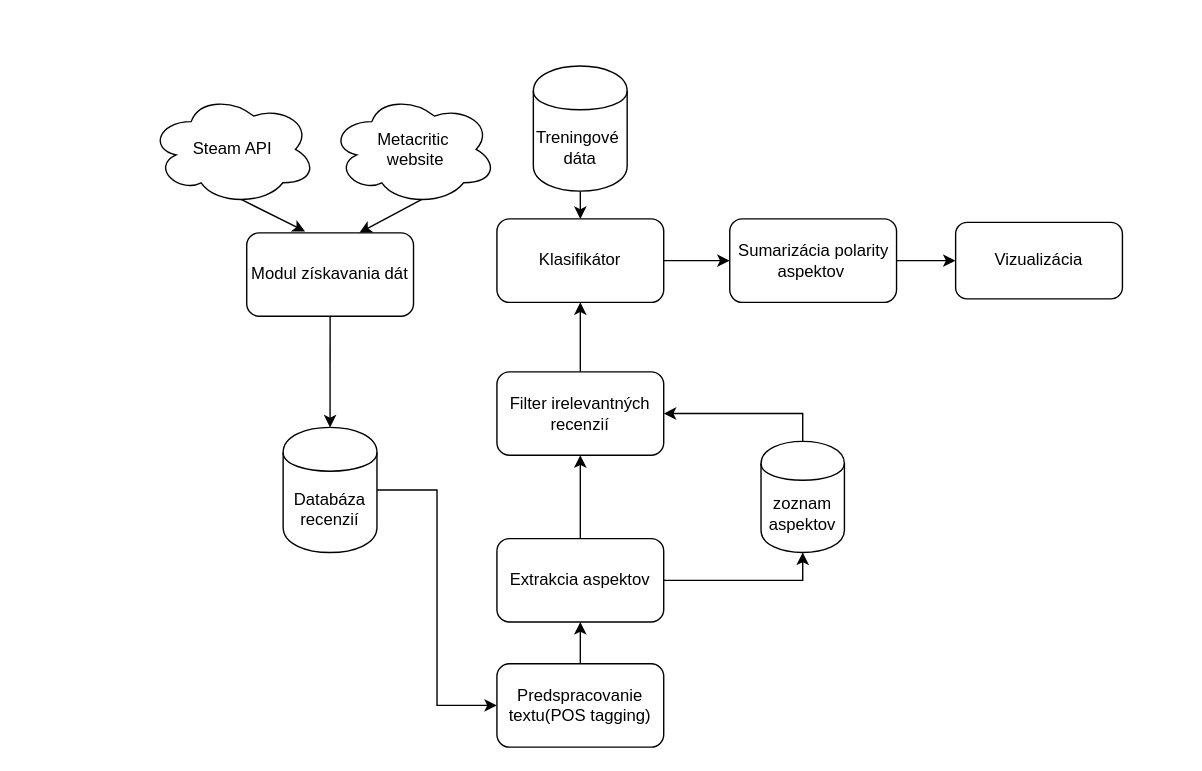
Above: navrh_design.drawio in Fergons/SentimentAnalysis (draw.io), before the change. Source tidied: cells renumbered, new cells numbered last; positions are measured from the earlier drawing's top-left corner, leaving out a move shared by most shapes. Both pictures are drawn from the tidied source at 139%, with x=0, y=0 at pixel (149, 65).
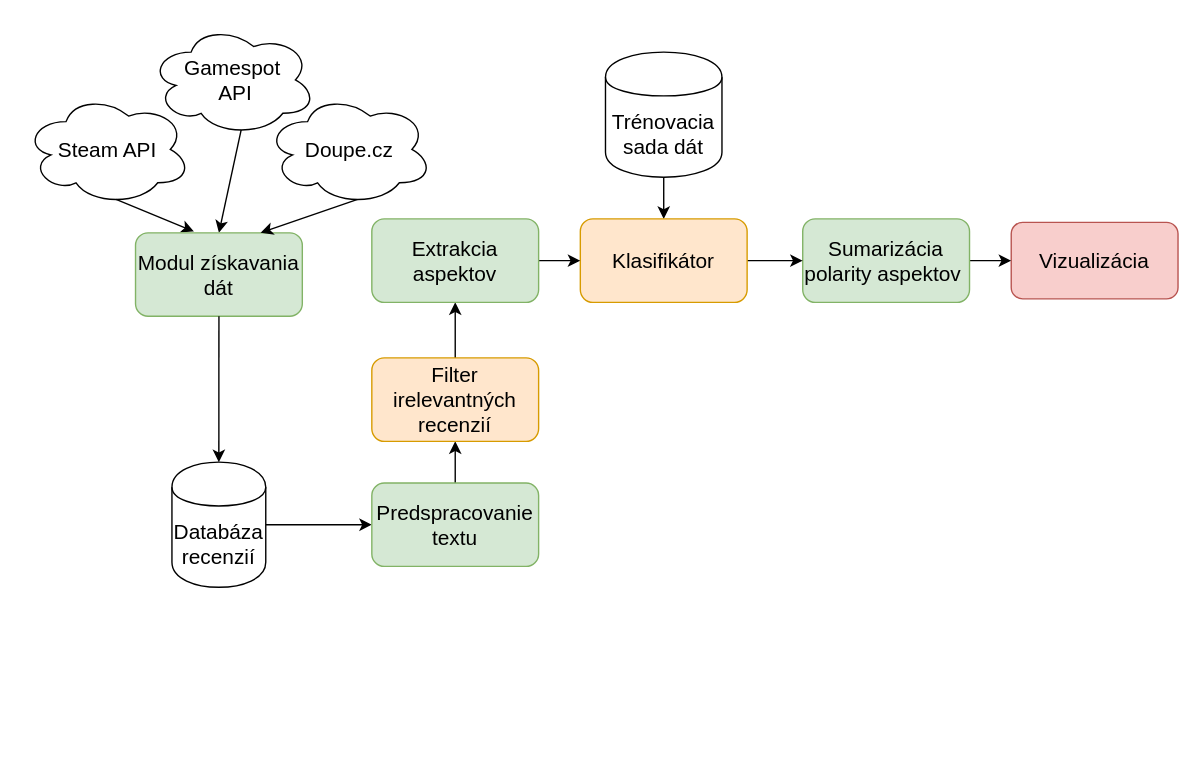
After the change.

Diff of the diagram source:
```diff
@@
-    <mxCell id="2" value="Steam API" style="ellipse;shape=cloud;whiteSpace=wrap;html=1;" parent="1" vertex="1">
-      <mxGeometry y="20" width="120" height="80" as="geometry" />
+    <mxCell id="2" value="Steam API" style="ellipse;shape=cloud;whiteSpace=wrap;html=1;fontSize=15;" parent="1" vertex="1">
+      <mxGeometry x="-90" y="20" width="120" height="80" as="geometry" />
     </mxCell>
-    <mxCell id="3" value="Metacritic&lt;br&gt;&amp;nbsp;website" style="ellipse;shape=cloud;whiteSpace=wrap;html=1;" parent="1" vertex="1">
-      <mxGeometry x="130" y="20" width="120" height="80" as="geometry" />
+    <mxCell id="3" value="Gamespot&lt;br style=&quot;font-size: 15px;&quot;&gt;&amp;nbsp;API" style="ellipse;shape=cloud;whiteSpace=wrap;html=1;fontSize=15;" parent="1" vertex="1">
+      <mxGeometry y="-30" width="120" height="80" as="geometry" />
     </mxCell>
-    <mxCell id="4" style="endArrow=classic;html=1;exitX=0.55;exitY=0.95;exitDx=0;exitDy=0;exitPerimeter=0;entryX=0.35;entryY=-0.017;entryDx=0;entryDy=0;entryPerimeter=0;" parent="1" edge="1" source="2" target="6">
+    <mxCell id="4" style="endArrow=classic;html=1;exitX=0.55;exitY=0.95;exitDx=0;exitDy=0;exitPerimeter=0;entryX=0.35;entryY=-0.017;entryDx=0;entryDy=0;entryPerimeter=0;fontSize=15;" parent="1" edge="1" source="2" target="6">
       <mxGeometry relative="1" as="geometry" />
     </mxCell>
-    <mxCell id="5" style="endArrow=classic;html=1;exitX=0.55;exitY=0.95;exitDx=0;exitDy=0;exitPerimeter=0;entryX=0.675;entryY=0;entryDx=0;entryDy=0;entryPerimeter=0;" parent="1" edge="1" source="3" target="6">
+    <mxCell id="5" style="endArrow=classic;html=1;exitX=0.55;exitY=0.95;exitDx=0;exitDy=0;exitPerimeter=0;entryX=0.5;entryY=0;entryDx=0;entryDy=0;fontSize=15;" parent="1" edge="1" source="3" target="6">
       <mxGeometry relative="1" as="geometry" />
     </mxCell>
-    <mxCell id="6" value="Modul získavania dát" style="rounded=1;whiteSpace=wrap;html=1;" parent="1" vertex="1">
-      <mxGeometry x="70" y="120" width="120" height="60" as="geometry" />
+    <mxCell id="6" value="Modul získavania dát" style="rounded=1;whiteSpace=wrap;html=1;fontSize=15;fillColor=#d5e8d4;strokeColor=#82b366;" parent="1" vertex="1">
+      <mxGeometry x="-10" y="120" width="120" height="60" as="geometry" />
     </mxCell>
-    <mxCell id="7" style="edgeStyle=orthogonalEdgeStyle;rounded=0;jettySize=auto;html=1;entryX=0;entryY=0.5;entryDx=0;entryDy=0;" parent="1" edge="1" source="8" target="19">
+    <mxCell id="7" style="edgeStyle=orthogonalEdgeStyle;rounded=0;jettySize=auto;html=1;entryX=0;entryY=0.5;entryDx=0;entryDy=0;fontSize=15;" parent="1" edge="1" source="8" target="19">
       <mxGeometry relative="1" as="geometry" />
     </mxCell>
-    <mxCell id="8" value="Databáza recenzií" style="shape=cylinder;whiteSpace=wrap;html=1;boundedLbl=1;backgroundOutline=1;" parent="1" vertex="1">
-      <mxGeometry x="96.2" y="260" width="67.5" height="90" as="geometry" />
+    <mxCell id="8" value="Databáza recenzií" style="shape=cylinder;whiteSpace=wrap;html=1;boundedLbl=1;backgroundOutline=1;fontSize=15;" parent="1" vertex="1">
+      <mxGeometry x="16.2" y="285" width="67.5" height="90" as="geometry" />
     </mxCell>
-    <mxCell id="9" style="edgeStyle=orthogonalEdgeStyle;rounded=0;jettySize=auto;html=1;exitX=0.5;exitY=0;exitDx=0;exitDy=0;" parent="1" edge="1" source="11" target="25">
-      <mxGeometry relative="1" as="geometry" />
-    </mxCell>
-    <mxCell id="10" style="edgeStyle=orthogonalEdgeStyle;rounded=0;jettySize=auto;html=1;exitX=1;exitY=0.5;exitDx=0;exitDy=0;entryX=0.5;entryY=1;entryDx=0;entryDy=0;" parent="1" edge="1" source="11" target="23">
-      <mxGeometry relative="1" as="geometry" />
-    </mxCell>
-    <mxCell id="11" value="Extrakcia aspektov" style="rounded=1;whiteSpace=wrap;html=1;" parent="1" vertex="1">
-      <mxGeometry x="250" y="340" width="120" height="60" as="geometry" />
-    </mxCell>
-    <mxCell id="12" style="edgeStyle=orthogonalEdgeStyle;rounded=0;jettySize=auto;html=1;exitX=0.5;exitY=1;exitDx=0;exitDy=0;entryX=0.5;entryY=0;entryDx=0;entryDy=0;" parent="1" edge="1" source="6" target="8">
+    <mxCell id="12" style="edgeStyle=orthogonalEdgeStyle;rounded=0;jettySize=auto;html=1;exitX=0.5;exitY=1;exitDx=0;exitDy=0;entryX=0.5;entryY=0;entryDx=0;entryDy=0;fontSize=15;" parent="1" edge="1" source="6" target="8">
       <mxGeometry relative="1" as="geometry" />
     </mxCell>
-    <mxCell id="13" style="edgeStyle=orthogonalEdgeStyle;rounded=0;jettySize=auto;html=1;entryX=0.5;entryY=0;entryDx=0;entryDy=0;" parent="1" edge="1" source="14" target="21">
+    <mxCell id="13" style="edgeStyle=orthogonalEdgeStyle;rounded=0;jettySize=auto;html=1;entryX=0.5;entryY=0;entryDx=0;entryDy=0;fontSize=15;" parent="1" edge="1" source="14" target="21">
       <mxGeometry relative="1" as="geometry" />
     </mxCell>
-    <mxCell id="14" value="Treningové&amp;nbsp;&lt;br&gt;dáta" style="shape=cylinder;whiteSpace=wrap;html=1;boundedLbl=1;backgroundOutline=1;" parent="1" vertex="1">
-      <mxGeometry x="276.2" width="67.5" height="90" as="geometry" />
+    <mxCell id="14" value="Trénovacia sada dát" style="shape=cylinder;whiteSpace=wrap;html=1;boundedLbl=1;backgroundOutline=1;fontSize=15;" parent="1" vertex="1">
+      <mxGeometry x="328.1" y="-10" width="83.8" height="90" as="geometry" />
     </mxCell>
-    <mxCell id="15" value="Vizualizácia" style="rounded=1;whiteSpace=wrap;html=1;" parent="1" vertex="1">
-      <mxGeometry x="580" y="112.5" width="120" height="55" as="geometry" />
+    <mxCell id="15" value="Vizualizácia" style="rounded=1;whiteSpace=wrap;html=1;fontSize=15;fillColor=#f8cecc;strokeColor=#b85450;" parent="1" vertex="1">
+      <mxGeometry x="620" y="112.5" width="120" height="55" as="geometry" />
     </mxCell>
-    <mxCell id="16" style="edgeStyle=orthogonalEdgeStyle;rounded=0;jettySize=auto;html=1;exitX=1;exitY=0.5;exitDx=0;exitDy=0;entryX=0;entryY=0.5;entryDx=0;entryDy=0;" parent="1" edge="1" source="17" target="15">
+    <mxCell id="16" style="edgeStyle=orthogonalEdgeStyle;rounded=0;jettySize=auto;html=1;exitX=1;exitY=0.5;exitDx=0;exitDy=0;entryX=0;entryY=0.5;entryDx=0;entryDy=0;fontSize=15;" parent="1" edge="1" source="17" target="15">
       <mxGeometry relative="1" as="geometry" />
     </mxCell>
-    <mxCell id="17" value="Sumarizácia polarity aspektov&amp;nbsp;" style="rounded=1;whiteSpace=wrap;html=1;" parent="1" vertex="1">
-      <mxGeometry x="417.5" y="110" width="120" height="60" as="geometry" />
+    <mxCell id="17" value="Sumarizácia polarity aspektov&amp;nbsp;" style="rounded=1;whiteSpace=wrap;html=1;fontSize=15;fillColor=#d5e8d4;strokeColor=#82b366;" parent="1" vertex="1">
+      <mxGeometry x="470" y="110" width="120" height="60" as="geometry" />
     </mxCell>
-    <mxCell id="18" style="edgeStyle=orthogonalEdgeStyle;rounded=0;jettySize=auto;html=1;exitX=0.5;exitY=0;exitDx=0;exitDy=0;entryX=0.5;entryY=1;entryDx=0;entryDy=0;" parent="1" edge="1" source="19" target="11">
+    <mxCell id="18" style="edgeStyle=orthogonalEdgeStyle;rounded=0;jettySize=auto;html=1;exitX=0.5;exitY=0;exitDx=0;exitDy=0;entryX=0.5;entryY=1;entryDx=0;entryDy=0;fontSize=15;" parent="1" edge="1" source="19" target="25">
       <mxGeometry relative="1" as="geometry" />
     </mxCell>
-    <mxCell id="19" value="Predspracovanie textu(POS tagging)" style="rounded=1;whiteSpace=wrap;html=1;" parent="1" vertex="1">
-      <mxGeometry x="250" y="430" width="120" height="60" as="geometry" />
+    <mxCell id="19" value="Predspracovanie textu" style="rounded=1;whiteSpace=wrap;html=1;fontSize=15;fillColor=#d5e8d4;strokeColor=#82b366;" parent="1" vertex="1">
+      <mxGeometry x="160" y="300" width="120" height="60" as="geometry" />
     </mxCell>
-    <mxCell id="20" style="edgeStyle=orthogonalEdgeStyle;rounded=0;jettySize=auto;html=1;exitX=1;exitY=0.5;exitDx=0;exitDy=0;entryX=0;entryY=0.5;entryDx=0;entryDy=0;" parent="1" edge="1" source="21" target="17">
+    <mxCell id="20" style="edgeStyle=orthogonalEdgeStyle;rounded=0;jettySize=auto;html=1;exitX=1;exitY=0.5;exitDx=0;exitDy=0;entryX=0;entryY=0.5;entryDx=0;entryDy=0;fontSize=15;" parent="1" edge="1" source="21" target="17">
       <mxGeometry relative="1" as="geometry" />
     </mxCell>
-    <mxCell id="21" value="Klasifikátor" style="rounded=1;whiteSpace=wrap;html=1;" parent="1" vertex="1">
-      <mxGeometry x="250" y="110" width="120" height="60" as="geometry" />
+    <mxCell id="21" value="Klasifikátor" style="rounded=1;whiteSpace=wrap;html=1;fontSize=15;fillColor=#ffe6cc;strokeColor=#d79b00;" parent="1" vertex="1">
+      <mxGeometry x="310" y="110" width="120" height="60" as="geometry" />
     </mxCell>
-    <mxCell id="22" style="edgeStyle=orthogonalEdgeStyle;rounded=0;jettySize=auto;html=1;exitX=0.5;exitY=0;exitDx=0;exitDy=0;entryX=1;entryY=0.5;entryDx=0;entryDy=0;" parent="1" edge="1" source="23" target="25">
-      <mxGeometry relative="1" as="geometry" />
-    </mxCell>
-    <mxCell id="23" value="zoznam aspektov" style="shape=cylinder;whiteSpace=wrap;html=1;boundedLbl=1;backgroundOutline=1;" parent="1" vertex="1">
-      <mxGeometry x="440" y="270" width="60" height="80" as="geometry" />
-    </mxCell>
-    <mxCell id="24" style="edgeStyle=orthogonalEdgeStyle;rounded=0;jettySize=auto;html=1;exitX=0.5;exitY=0;exitDx=0;exitDy=0;entryX=0.5;entryY=1;entryDx=0;entryDy=0;" parent="1" edge="1" source="25" target="21">
+    <mxCell id="24" style="edgeStyle=orthogonalEdgeStyle;rounded=0;jettySize=auto;html=1;exitX=0.5;exitY=0;exitDx=0;exitDy=0;entryX=0.5;entryY=1;entryDx=0;entryDy=0;fontSize=15;" parent="1" edge="1" source="25" target="11">
       <mxGeometry relative="1" as="geometry" />
     </mxCell>
-    <mxCell id="25" value="Filter irelevantných recenzií" style="rounded=1;whiteSpace=wrap;html=1;" parent="1" vertex="1">
-      <mxGeometry x="250" y="220" width="120" height="60" as="geometry" />
+    <mxCell id="25" value="Filter irelevantných recenzií" style="rounded=1;whiteSpace=wrap;html=1;fontSize=15;fillColor=#ffe6cc;strokeColor=#d79b00;" parent="1" vertex="1">
+      <mxGeometry x="160" y="210" width="120" height="60" as="geometry" />
     </mxCell>
+    <mxCell id="26" style="edgeStyle=orthogonalEdgeStyle;rounded=0;jettySize=auto;html=1;fontSize=15;entryX=0;entryY=0.5;entryDx=0;entryDy=0;" parent="1" edge="1" source="11" target="21">
+      <mxGeometry relative="1" as="geometry" />
+    </mxCell>
+    <mxCell id="11" value="Extrakcia aspektov" style="rounded=1;whiteSpace=wrap;html=1;fontSize=15;fillColor=#d5e8d4;strokeColor=#82b366;" parent="1" vertex="1">
+      <mxGeometry x="160" y="110" width="120" height="60" as="geometry" />
+    </mxCell>
+    <mxCell id="27" style="rounded=0;jettySize=auto;html=1;exitX=0.55;exitY=0.95;exitDx=0;exitDy=0;exitPerimeter=0;entryX=0.75;entryY=0;entryDx=0;entryDy=0;" parent="1" edge="1" source="28" target="6">
+      <mxGeometry relative="1" as="geometry" />
+    </mxCell>
+    <mxCell id="28" value="Doupe.cz" style="ellipse;shape=cloud;whiteSpace=wrap;html=1;fontSize=15;" parent="1" vertex="1">
+      <mxGeometry x="83.8" y="20" width="120" height="80" as="geometry" />
+    </mxCell>
```
